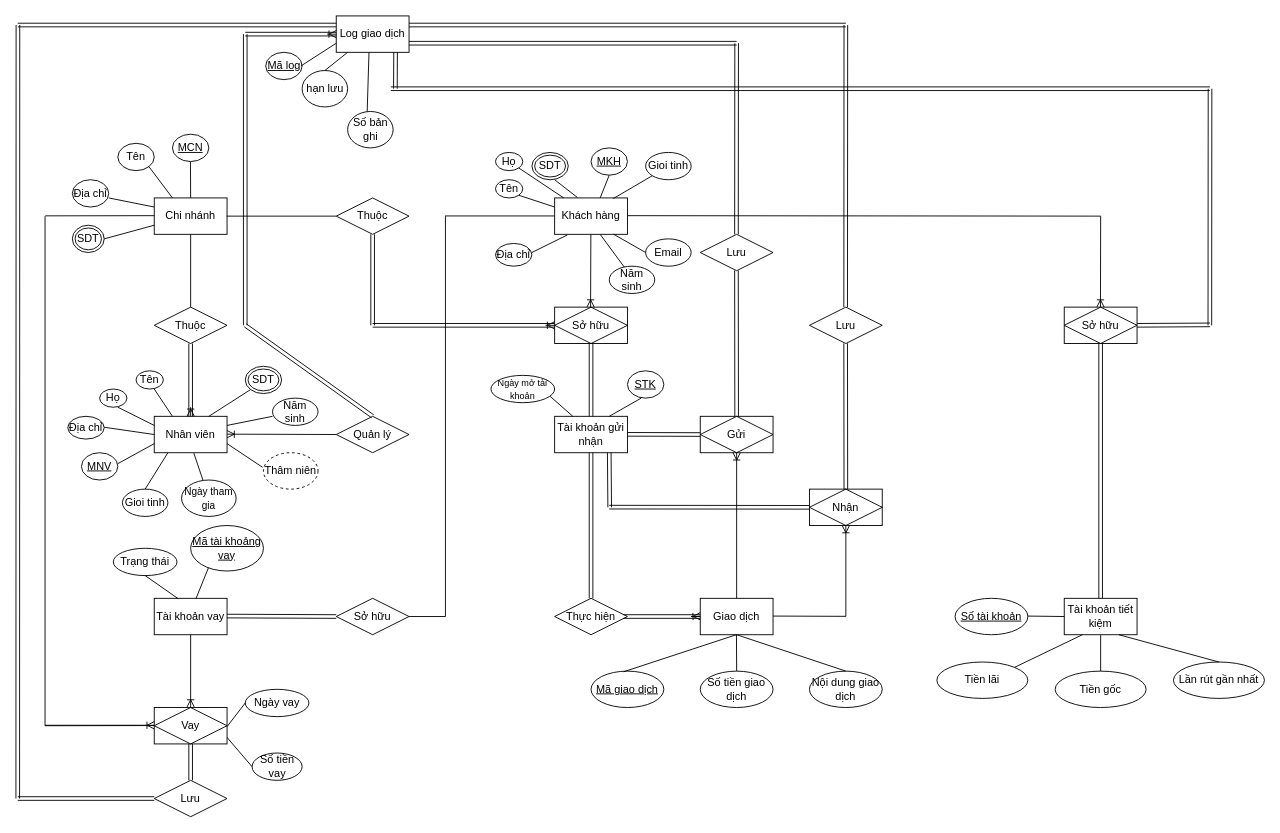
Before: CSDL.drawio in HoangVietAnh09/CSDL, a draw.io diagram. Source tidied: cells renumbered, new cells numbered last; positions are measured from the earlier drawing's top-left corner, leaving out a move shared by most shapes. Both pictures are drawn from the tidied source at 91%, with x=0, y=0 at pixel (17, 15).
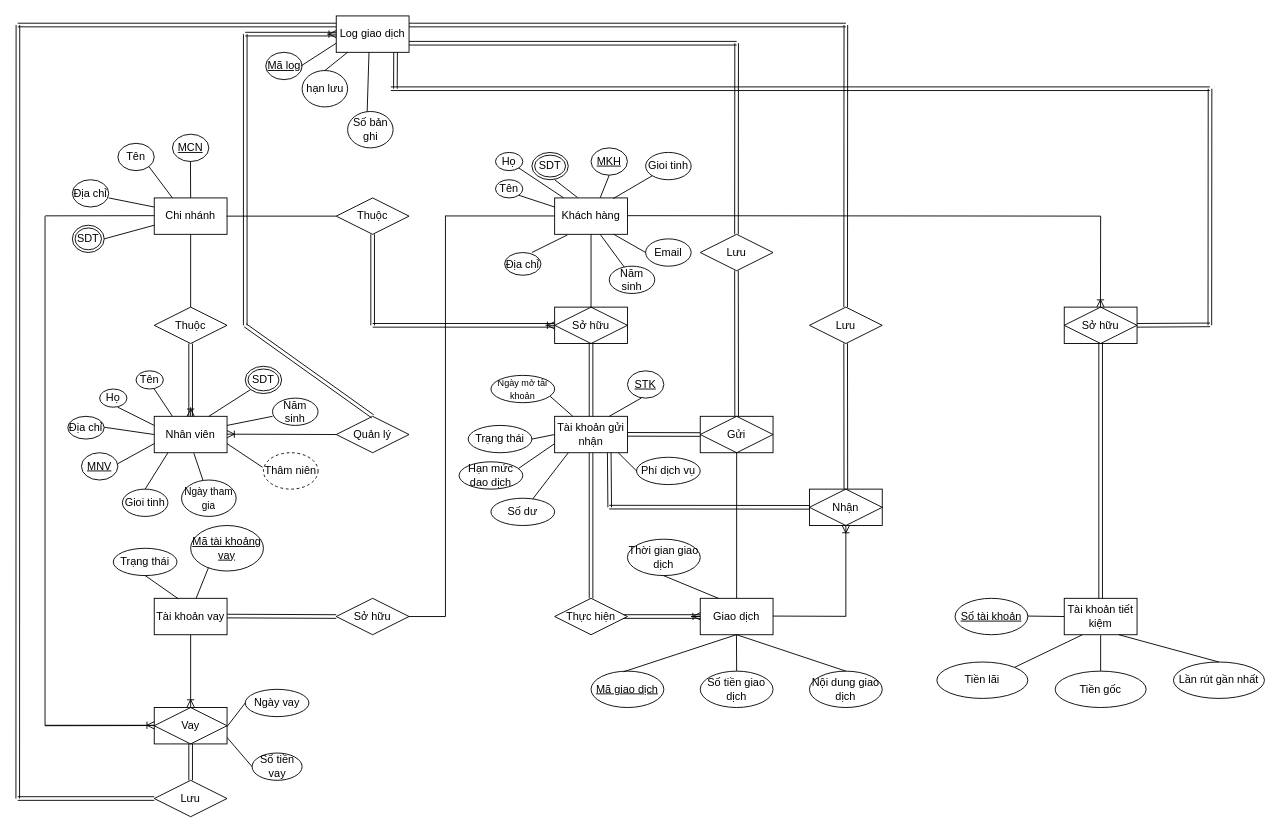
The same page after the edit.

The change refers to these unchanged cells:
```xml
<mxCell id="34" value="Tài khoản gửi nhận" style="whiteSpace=wrap;html=1;align=center;" parent="1" vertex="1">
  <mxGeometry x="590" y="440" width="80" height="40" as="geometry" />
</mxCell>
<mxCell id="54" value="Sở hữu" style="shape=associativeEntity;whiteSpace=wrap;html=1;align=center;" parent="1" vertex="1">
  <mxGeometry x="590" y="320" width="80" height="40" as="geometry" />
</mxCell>
<mxCell id="98" value="Giao dịch" style="whiteSpace=wrap;html=1;align=center;" parent="1" vertex="1">
  <mxGeometry x="750" y="640" width="80" height="40" as="geometry" />
</mxCell>
<mxCell id="111" value="Gửi" style="shape=associativeEntity;whiteSpace=wrap;html=1;align=center;" parent="1" vertex="1">
  <mxGeometry x="750" y="440" width="80" height="40" as="geometry" />
</mxCell>
```

The edit, as a diff of the source:
```diff
@@
-    <mxCell id="37" value="Địa chỉ" style="ellipse;whiteSpace=wrap;html=1;align=center;" parent="1" vertex="1">
-      <mxGeometry x="525" y="250" width="40" height="25" as="geometry" />
-    </mxCell>
@@
-    <mxCell id="93" style="fontSize=12;html=1;endArrow=ERoneToMany;rounded=0;exitX=0.5;exitY=1;exitDx=0;exitDy=0;" parent="1" edge="1">
-      <mxGeometry relative="1" as="geometry">
-        <mxPoint x="629.8" y="240" as="sourcePoint" />
-        <mxPoint x="629.5" y="320" as="targetPoint" />
-      </mxGeometry>
-    </mxCell>
@@
-    <mxCell id="109" style="fontSize=12;html=1;endArrow=ERoneToMany;rounded=0;entryX=0.5;entryY=1;entryDx=0;entryDy=0;exitX=0.5;exitY=0;exitDx=0;exitDy=0;" parent="1" edge="1" source="98" target="111">
-      <mxGeometry relative="1" as="geometry" />
-    </mxCell>
@@
+    <mxCell id="148" value="Số dư" style="ellipse;whiteSpace=wrap;html=1;align=center;" parent="1" vertex="1">
+      <mxGeometry x="520" y="530" width="70" height="30" as="geometry" />
+    </mxCell>
+    <mxCell id="149" style="endArrow=none;html=1;rounded=0;exitX=0.929;exitY=0.767;exitDx=0;exitDy=0;exitPerimeter=0;" parent="1" edge="1" target="148">
+      <mxGeometry relative="1" as="geometry">
+        <mxPoint x="605" y="480" as="sourcePoint" />
+      </mxGeometry>
+    </mxCell>
+    <mxCell id="150" value="Trạng thái" style="ellipse;whiteSpace=wrap;html=1;align=center;" parent="1" vertex="1">
+      <mxGeometry x="495" y="450" width="70" height="30" as="geometry" />
+    </mxCell>
+    <mxCell id="151" style="endArrow=none;html=1;rounded=0;exitX=0.75;exitY=0;exitDx=0;exitDy=0;entryX=0;entryY=0.5;entryDx=0;entryDy=0;" parent="1" edge="1" target="34">
+      <mxGeometry relative="1" as="geometry">
+        <mxPoint x="565" y="465" as="sourcePoint" />
+      </mxGeometry>
+    </mxCell>
+    <mxCell id="152" value="Hạn mức dao dịch" style="ellipse;whiteSpace=wrap;html=1;align=center;" parent="1" vertex="1">
+      <mxGeometry x="485" y="490" width="70" height="30" as="geometry" />
+    </mxCell>
+    <mxCell id="153" style="endArrow=none;html=1;rounded=0;exitX=0.75;exitY=0;exitDx=0;exitDy=0;entryX=0;entryY=0.75;entryDx=0;entryDy=0;entryPerimeter=0;" parent="1" edge="1" target="34">
+      <mxGeometry relative="1" as="geometry">
+        <mxPoint x="550" y="497.5" as="sourcePoint" />
+      </mxGeometry>
+    </mxCell>
+    <mxCell id="154" value="Phí dịch vụ" style="ellipse;whiteSpace=wrap;html=1;align=center;" parent="1" vertex="1">
+      <mxGeometry x="680" y="485" width="70" height="30" as="geometry" />
+    </mxCell>
+    <mxCell id="155" style="endArrow=none;html=1;rounded=0;entryX=0;entryY=0.5;entryDx=0;entryDy=0;" parent="1" edge="1" target="154">
+      <mxGeometry relative="1" as="geometry">
+        <mxPoint x="660" y="480" as="sourcePoint" />
+      </mxGeometry>
+    </mxCell>
+    <mxCell id="156" style="endArrow=none;html=1;rounded=0;entryX=0;entryY=1;entryDx=0;entryDy=0;exitX=0.5;exitY=0;exitDx=0;exitDy=0;" parent="1" edge="1" source="54">
+      <mxGeometry relative="1" as="geometry">
+        <mxPoint x="630" y="240" as="targetPoint" />
+      </mxGeometry>
+    </mxCell>
+    <mxCell id="37" value="Địa chỉ" style="ellipse;whiteSpace=wrap;html=1;align=center;" parent="1" vertex="1">
+      <mxGeometry x="535" y="260" width="40" height="25" as="geometry" />
+    </mxCell>
+    <mxCell id="157" value="Thời gian giao dịch" style="ellipse;whiteSpace=wrap;html=1;align=center;" parent="1" vertex="1">
+      <mxGeometry x="670" y="575" width="80" height="40" as="geometry" />
+    </mxCell>
+    <mxCell id="158" style="endArrow=none;html=1;rounded=0;entryX=0.25;entryY=0;entryDx=0;entryDy=0;" parent="1" edge="1" target="98">
+      <mxGeometry relative="1" as="geometry">
+        <mxPoint x="709.5" y="615" as="sourcePoint" />
+      </mxGeometry>
+    </mxCell>
+    <mxCell id="159" style="endArrow=none;html=1;rounded=0;entryX=0.5;entryY=0;entryDx=0;entryDy=0;" parent="1" edge="1" target="98">
+      <mxGeometry relative="1" as="geometry">
+        <mxPoint x="790" y="480" as="sourcePoint" />
+      </mxGeometry>
+    </mxCell>
```
